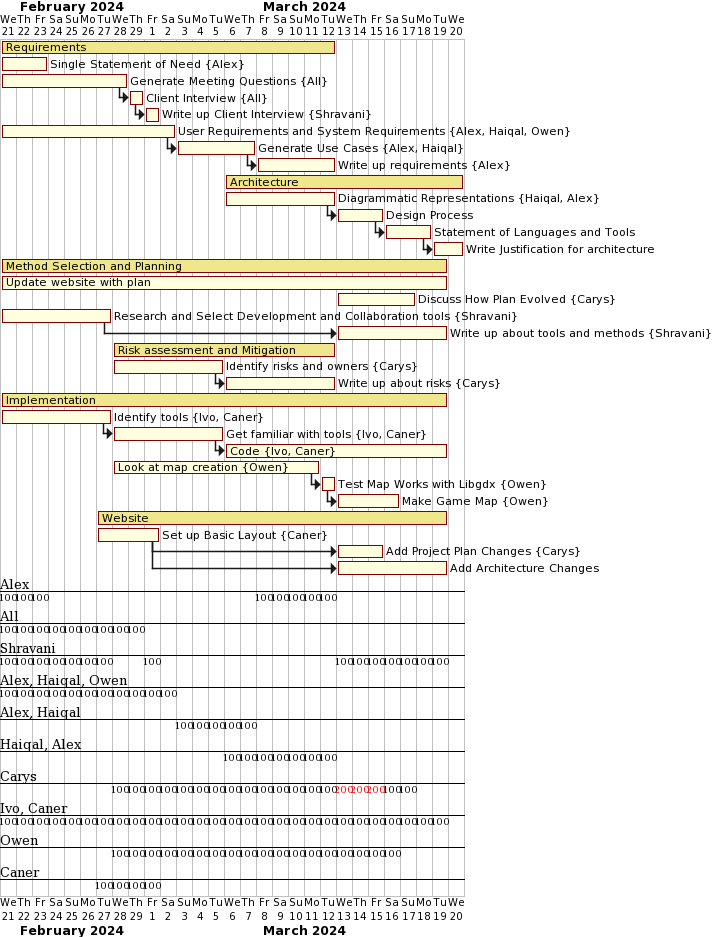
This is images/5-6ganttchart.png from IvoHadley1/IvoHadley1.github.io, a PlantUML export, as it was before one commit. The source it was exported from:
```plantuml
@startgantt

Project starts the 21st of february 2024

[Requirements] lasts 21 days and is colored in Khaki/Maroon
[Single Statement of Need] on {Alex} lasts 3 days and is colored in LightYellow/Maroon
[Generate Meeting Questions] on {All} lasts 8 days and is colored in LightYellow/Maroon
then [Client Interview] on {All} lasts 1 day and is colored in LightYellow/Maroon
then [Write up Client Interview] on {Shravani} lasts 1 day and is colored in LightYellow/Maroon
[User Requirements and System Requirements] on {Alex, Haiqal, Owen} lasts 11 days and is colored in LightYellow/Maroon
then [Generate Use Cases] on {Alex, Haiqal} lasts 5 days and is colored in LightYellow/Maroon
then [Write up requirements] on {Alex} lasts 5 days and is colored in LightYellow/Maroon

[Architecture] lasts 15 days and is colored in Khaki/Maroon and starts the 6th of march 2024
[Diagrammatic Representations] on {Haiqal, Alex}  lasts 7 days and is colored in LightYellow/Maroon and starts the 6th of march 2024
then [Design Process] lasts 3 days and is colored in LightYellow/Maroon
then [Statement of Languages and Tools] lasts 3 day and is colored in LightYellow/Maroon
then [Write Justification for architecture] lasts 2 day and is colored in LightYellow/Maroon

[Method Selection and Planning] lasts 28 days and is colored in Khaki/Maroon
[Update website with plan] lasts 28 days and is colored in LightYellow/Maroon
[Discuss How Plan Evolved] on {Carys} lasts 5 days and is colored in LightYellow/Maroon and starts the 13th of March 2024
[Research and Select Development and Collaboration tools] on {Shravani}  lasts 7 days and is colored in LightYellow/Maroon
then [Write up about tools and methods] on {Shravani} lasts 7 days and is colored in LightYellow/Maroon and starts the 13th of march 2024

[Risk assessment and Mitigation] lasts 14 days and is colored in Khaki/Maroon and starts the 28th of february 2024
[Identify risks and owners] on {Carys} lasts 7 days and is colored in LightYellow/Maroon and starts the 28th of february 2024
then [Write up about risks] on {Carys} lasts 7 days and is colored in LightYellow/Maroon

[Implementation] lasts 28 days and is colored in Khaki/Maroon
[Identify tools] on {Ivo, Caner} lasts 7 days and is colored in LightYellow/Maroon
then [Get familiar with tools] on {Ivo, Caner} lasts 7 days and is colored in LightYellow/Maroon
then [Code] on {Ivo, Caner} lasts 14 days and is colored in LightYellow/Maroon
[Look at map creation] on {Owen} lasts 13 days and is colored in LightYellow/Maroon and starts the 28th of february 2024
then [Test Map Works with Libgdx] on {Owen} lasts 1 day and is colored in LightYellow/Maroon
then [Make Game Map] on {Owen} lasts 4 days and is colored in LightYellow/Maroon

[Website] lasts 22 days and is colored in Khaki/Maroon and starts on the 27th February 2024
[Set up Basic Layout] on {Caner} lasts 4 days and is colored in LightYellow/Maroon and starts on the 27th February 2024
then [Add Project Plan Changes] on {Carys} lasts 3 days and is colored in LightYellow/Maroon and starts on the 13th March 2024
[Add Architecture Changes] lasts 7 days and is colored in LightYellow/Maroon and starts on the 13th March 2024
[Add Architecture Changes] starts at [Set up Basic Layout]'s end


@endgantt
```
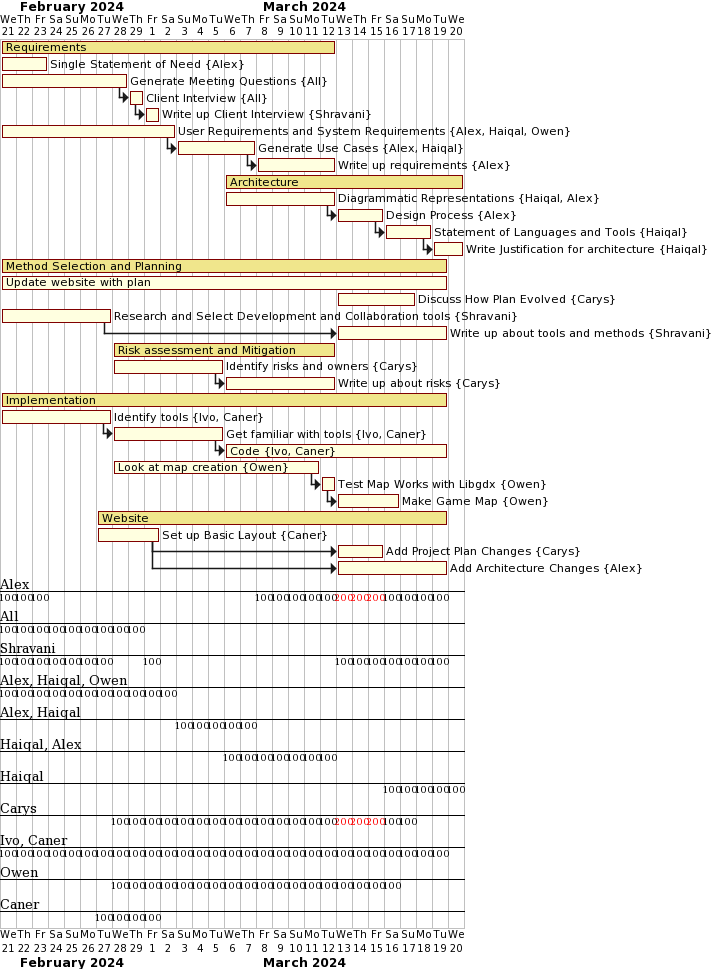
The same file after the commit.

What changed in the source:
```diff
@@ -13,9 +13,9 @@
 
 [Architecture] lasts 15 days and is colored in Khaki/Maroon and starts the 6th of march 2024
 [Diagrammatic Representations] on {Haiqal, Alex}  lasts 7 days and is colored in LightYellow/Maroon and starts the 6th of march 2024
-then [Design Process] lasts 3 days and is colored in LightYellow/Maroon
-then [Statement of Languages and Tools] lasts 3 day and is colored in LightYellow/Maroon
-then [Write Justification for architecture] lasts 2 day and is colored in LightYellow/Maroon
+then [Design Process] on {Alex} lasts 3 days and is colored in LightYellow/Maroon
+then [Statement of Languages and Tools] on {Haiqal} lasts 3 day and is colored in LightYellow/Maroon
+then [Write Justification for architecture] on {Haiqal} lasts 2 day and is colored in LightYellow/Maroon
 
 [Method Selection and Planning] lasts 28 days and is colored in Khaki/Maroon
 [Update website with plan] lasts 28 days and is colored in LightYellow/Maroon
@@ -38,7 +38,7 @@
 [Website] lasts 22 days and is colored in Khaki/Maroon and starts on the 27th February 2024
 [Set up Basic Layout] on {Caner} lasts 4 days and is colored in LightYellow/Maroon and starts on the 27th February 2024
 then [Add Project Plan Changes] on {Carys} lasts 3 days and is colored in LightYellow/Maroon and starts on the 13th March 2024
-[Add Architecture Changes] lasts 7 days and is colored in LightYellow/Maroon and starts on the 13th March 2024
+[Add Architecture Changes] on {Alex} lasts 7 days and is colored in LightYellow/Maroon and starts on the 13th March 2024
 [Add Architecture Changes] starts at [Set up Basic Layout]'s end
 
 
```
